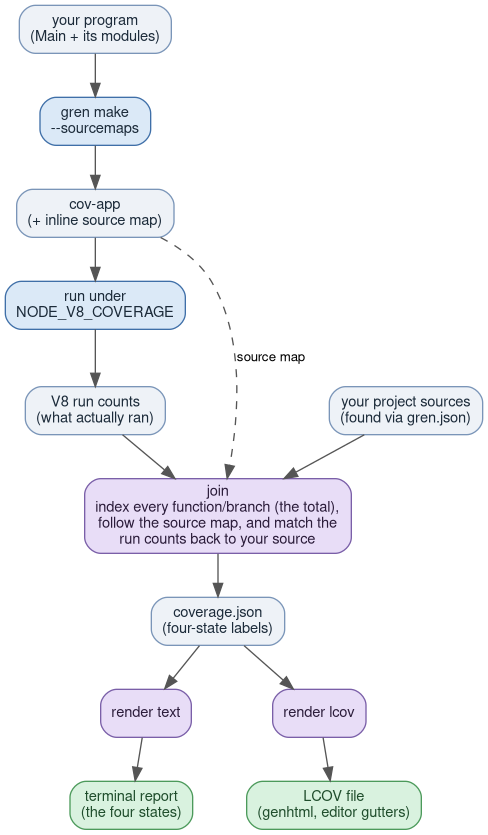
The Graphviz diagram docs/diagrams/coverage-pipeline.png in gilramir/gren-coverage-node, before a commit. Its source is kept beside it as docs/diagrams/coverage-pipeline.dot. The source it was exported from:
```dot
digraph CoveragePipeline {
    rankdir=TB;
    bgcolor="white";
    fontname="Helvetica,Arial,sans-serif";
    fontsize=12;
    ranksep=0.45;
    nodesep=0.55;

    node [fontname="Helvetica,Arial,sans-serif", fontsize=11];
    edge [fontname="Helvetica,Arial,sans-serif", fontsize=10, color="#555555"];

    node [shape=box, style="rounded,filled", fillcolor="#eef2f7", color="#7a95b8", fontcolor="#1c2b3a"];
    program  [label="your program\n(Main + its modules)"];
    covApp   [label="cov-app\n(+ inline source map)"];
    counts   [label="V8 run counts\n(what actually ran)"];
    sources  [label="your project sources\n(found via gren.json)"];
    coverage [label="coverage.json\n(four-state labels)"];

    node [shape=box, style="rounded,filled", fillcolor="#dbe9f7", color="#3f6fa8", fontcolor="#1c2b3a"];
    build      [label="gren make\n--sourcemaps"];
    run        [label="run under\nNODE_V8_COVERAGE"];

    node [shape=box, style="rounded,filled", fillcolor="#e8ddf7", color="#7a5fa8", fontcolor="#2b1c3a"];
    join       [label="join\nindex every function/branch (the total),\nfollow the source map, and match the\nrun counts back to your source"];
    renderText [label="render text"];
    renderLcov [label="render lcov"];

    node [shape=box, style="rounded,filled", fillcolor="#d9f2df", color="#4c9a5b", fontcolor="#1f4d2c"];
    term     [label="terminal report\n(the four states)"];
    lcovFile [label="LCOV file\n(genhtml, editor gutters)"];

    program -> build;
    build   -> covApp;
    covApp  -> run;
    run     -> counts;
    counts  -> join;
    sources -> join;
    join    -> coverage;
    coverage -> renderText;
    coverage -> renderLcov;
    renderText -> term;
    renderLcov -> lcovFile;

    covApp -> join [style=dashed, label="source map", constraint=false];

    { rank=same; counts; sources }
    { rank=same; renderText; renderLcov }
    { rank=same; term; lcovFile }
}
```
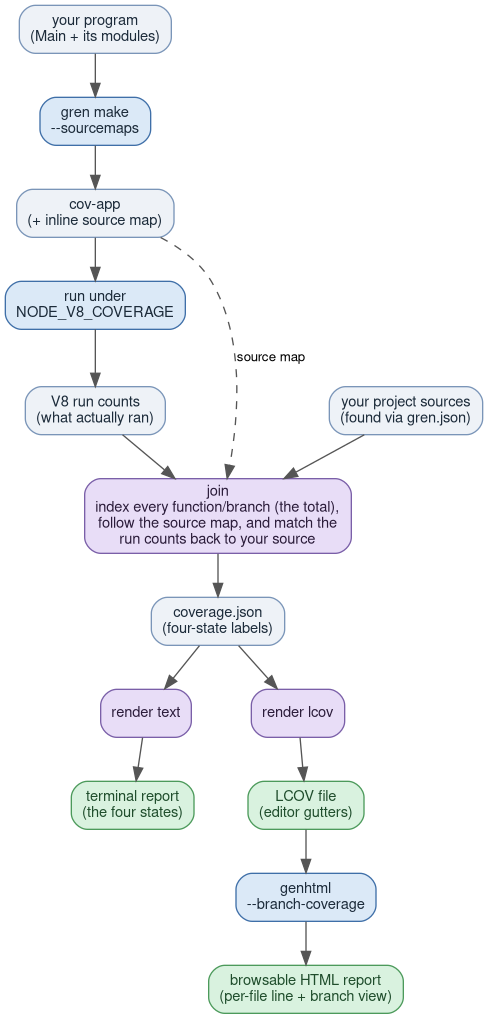
After the commit.

Commit message:
Add genhtml step to the pipeline diagram

The diagram stopped at the LCOV file, but the README's own walkthrough (and
run-coverage.sh) both go one step further and run genhtml on it. Add that
node so the diagram matches what the tool actually documents.

Claude-Session: https://claude.ai/code/session_01FgnCQABKWDH7HJsiNGoJaP

What changed in the source:
```diff
@@ -19,6 +19,7 @@
     node [shape=box, style="rounded,filled", fillcolor="#dbe9f7", color="#3f6fa8", fontcolor="#1c2b3a"];
     build      [label="gren make\n--sourcemaps"];
     run        [label="run under\nNODE_V8_COVERAGE"];
+    genhtml    [label="genhtml\n--branch-coverage"];
 
     node [shape=box, style="rounded,filled", fillcolor="#e8ddf7", color="#7a5fa8", fontcolor="#2b1c3a"];
     join       [label="join\nindex every function/branch (the total),\nfollow the source map, and match the\nrun counts back to your source"];
@@ -27,7 +28,8 @@
 
     node [shape=box, style="rounded,filled", fillcolor="#d9f2df", color="#4c9a5b", fontcolor="#1f4d2c"];
     term     [label="terminal report\n(the four states)"];
-    lcovFile [label="LCOV file\n(genhtml, editor gutters)"];
+    lcovFile [label="LCOV file\n(editor gutters)"];
+    htmlReport [label="browsable HTML report\n(per-file line + branch view)"];
 
     program -> build;
     build   -> covApp;
@@ -40,6 +42,8 @@
     coverage -> renderLcov;
     renderText -> term;
     renderLcov -> lcovFile;
+    lcovFile -> genhtml;
+    genhtml -> htmlReport;
 
     covApp -> join [style=dashed, label="source map", constraint=false];
 
```
